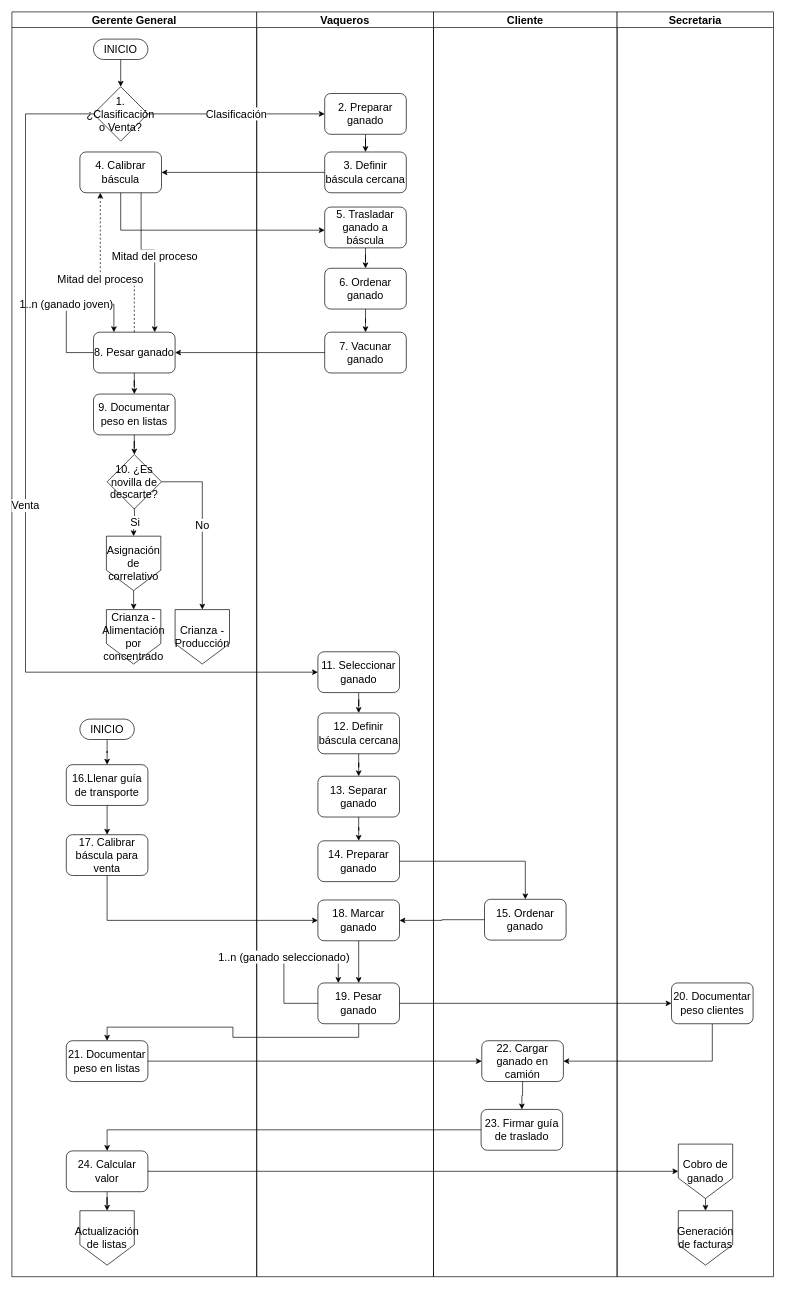
The draw.io diagram page "PR-FN-00013 - Peso de ganado" (3 of 5) of FSJB.drawio in prtigofn/Dev2.0, before the edit. Source tidied: cells renumbered, new cells numbered last; positions are measured from the earlier drawing's top-left corner, leaving out a move shared by most shapes. Both pictures are drawn from the tidied source at 68%, with x=0, y=0 at pixel (12, 12).
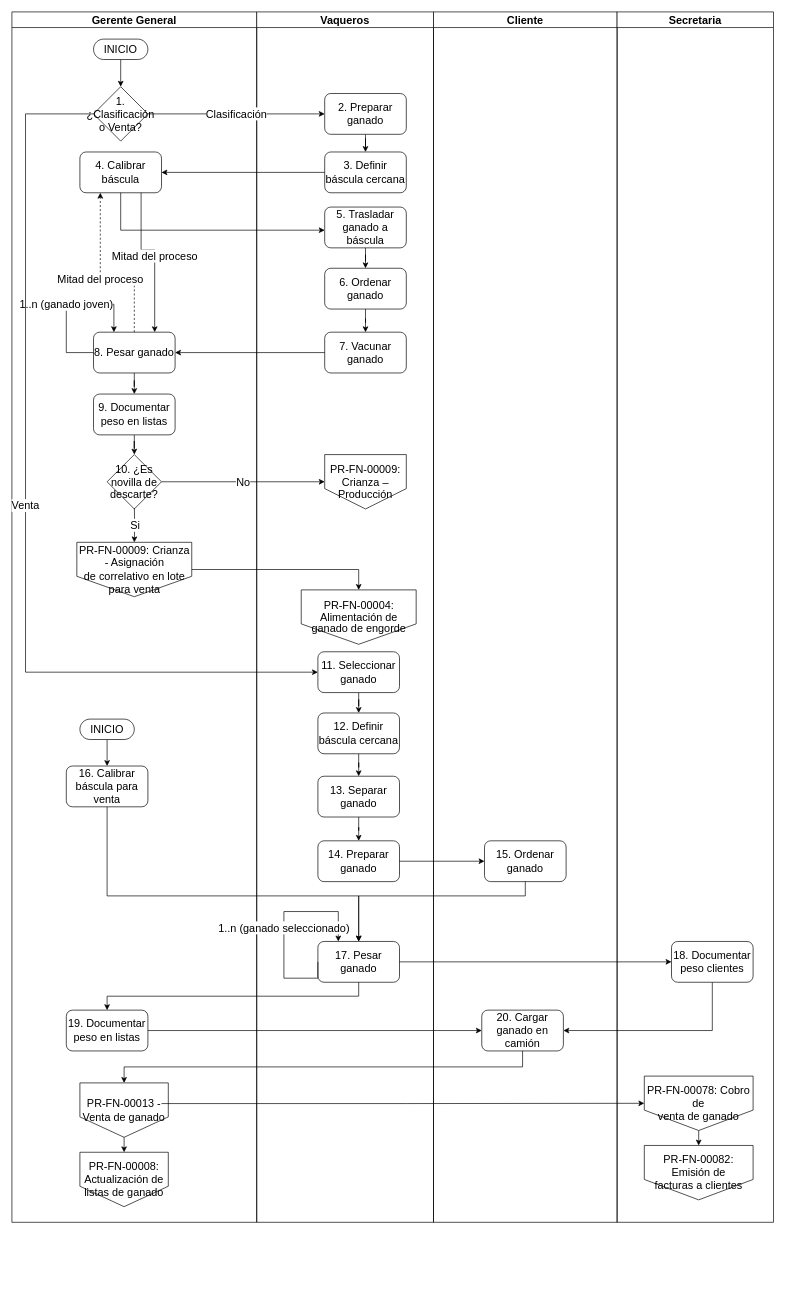
Above is the later version.

Unchanged cells that the change refers to:
```xml
<mxCell id="11" value="10. ¿Es novilla de descarte?" style="rhombus;whiteSpace=wrap;html=1;rounded=0;fontSize=16;" parent="2" vertex="1">
  <mxGeometry x="140" y="651" width="80" height="80" as="geometry" />
</mxCell>
<mxCell id="21" value="INICIO" style="html=1;dashed=0;whiteSpace=wrap;shape=mxgraph.dfd.start;fontSize=16;" parent="2" vertex="1">
  <mxGeometry x="100" y="1040" width="80" height="30" as="geometry" />
</mxCell>
```

Diff of the diagram source:
```diff
@@
     <mxCell id="2" value="Gerente General" style="swimlane;whiteSpace=wrap;html=1;fontSize=16;" parent="1" vertex="1">
-      <mxGeometry width="360" height="1860" as="geometry" />
+      <mxGeometry width="360" height="1780" as="geometry" />
     </mxCell>
@@
-    <mxCell id="6" style="edgeStyle=orthogonalEdgeStyle;rounded=0;jettySize=auto;html=1;entryX=0.5;entryY=0;entryDx=0;entryDy=0;exitX=0.5;exitY=1;exitDx=0;exitDy=0;fontSize=16;" parent="2" edge="1" source="18" target="7">
-      <mxGeometry relative="1" as="geometry" />
-    </mxCell>
-    <mxCell id="7" value="Crianza - Alimentación por concentrado" style="shape=offPageConnector;whiteSpace=wrap;html=1;fontSize=16;" parent="2" vertex="1">
-      <mxGeometry x="139" y="879" width="80" height="80" as="geometry" />
-    </mxCell>
@@
-    <mxCell id="10" value="No" style="edgeStyle=orthogonalEdgeStyle;rounded=0;jettySize=auto;html=1;exitX=1;exitY=0.5;exitDx=0;exitDy=0;fontSize=16;" parent="2" edge="1" source="11" target="12">
-      <mxGeometry relative="1" as="geometry" />
-    </mxCell>
@@
-    <mxCell id="12" value="Crianza - Producción" style="shape=offPageConnector;whiteSpace=wrap;html=1;fontSize=16;" parent="2" vertex="1">
-      <mxGeometry x="240" y="879" width="80" height="80" as="geometry" />
-    </mxCell>
@@
-    <mxCell id="14" value="16.Llenar guía de transporte" style="rounded=1;whiteSpace=wrap;html=1;fontSize=16;" parent="2" vertex="1">
-      <mxGeometry x="80" y="1107" width="120" height="60" as="geometry" />
-    </mxCell>
-    <mxCell id="15" value="17. Calibrar báscula para venta" style="rounded=1;whiteSpace=wrap;html=1;fontSize=16;" parent="2" vertex="1">
-      <mxGeometry x="80" y="1210" width="120" height="60" as="geometry" />
+    <mxCell id="15" value="16. Calibrar báscula para venta" style="rounded=1;whiteSpace=wrap;html=1;fontSize=16;" parent="2" vertex="1">
+      <mxGeometry x="80" y="1109" width="120" height="60" as="geometry" />
     </mxCell>
-    <mxCell id="16" style="edgeStyle=orthogonalEdgeStyle;rounded=0;jettySize=auto;html=1;fontSize=16;" parent="2" edge="1" source="14" target="15">
-      <mxGeometry relative="1" as="geometry" />
-    </mxCell>
-    <mxCell id="17" value="Actualización de listas" style="shape=offPageConnector;whiteSpace=wrap;html=1;fontSize=16;" parent="2" vertex="1">
-      <mxGeometry x="100" y="1763" width="80" height="80" as="geometry" />
+    <mxCell id="17" value="&lt;span style=&quot;font-size: 16px;&quot; lang=&quot;ES-TRAD&quot;&gt;PR-FN-00008:&lt;br style=&quot;font-size: 16px;&quot;&gt;Actualización de listas de ganado&lt;/span&gt;" style="shape=offPageConnector;whiteSpace=wrap;html=1;fontSize=16;" parent="2" vertex="1">
+      <mxGeometry x="100" y="1677" width="130" height="80" as="geometry" />
     </mxCell>
-    <mxCell id="18" value="Asignación de correlativo" style="shape=offPageConnector;whiteSpace=wrap;html=1;fontSize=16;" parent="2" vertex="1">
-      <mxGeometry x="139" y="771" width="80" height="80" as="geometry" />
+    <mxCell id="18" value="&lt;span style=&quot;font-size: 16px;&quot; lang=&quot;ES-TRAD&quot;&gt;PR-FN-00009: Crianza - Asignación&lt;br style=&quot;font-size: 16px;&quot;&gt;de correlativo en lote para venta&lt;/span&gt;" style="shape=offPageConnector;whiteSpace=wrap;html=1;fontSize=16;" parent="2" vertex="1">
+      <mxGeometry x="95.5" y="780" width="169" height="80" as="geometry" />
     </mxCell>
-    <mxCell id="19" value="21. Documentar peso en listas" style="rounded=1;whiteSpace=wrap;html=1;fontSize=16;" parent="2" vertex="1">
-      <mxGeometry x="80" y="1513" width="120" height="60" as="geometry" />
+    <mxCell id="19" value="19. Documentar peso en listas" style="rounded=1;whiteSpace=wrap;html=1;fontSize=16;" parent="2" vertex="1">
+      <mxGeometry x="80" y="1468" width="120" height="60" as="geometry" />
     </mxCell>
-    <mxCell id="20" style="edgeStyle=orthogonalEdgeStyle;rounded=0;jettySize=auto;html=1;exitX=0.5;exitY=0.5;exitDx=0;exitDy=15;exitPerimeter=0;fontSize=16;" parent="2" edge="1" source="21" target="14">
+    <mxCell id="20" style="edgeStyle=orthogonalEdgeStyle;rounded=0;jettySize=auto;html=1;exitX=0.5;exitY=0.5;exitDx=0;exitDy=15;exitPerimeter=0;fontSize=16;entryX=0.5;entryY=0;entryDx=0;entryDy=0;" parent="2" edge="1" source="21" target="15">
       <mxGeometry relative="1" as="geometry" />
     </mxCell>
@@
+    <mxCell id="74" value="PR-FN-00013 - Venta de ganado" style="shape=offPageConnector;whiteSpace=wrap;html=1;fontSize=16;" parent="2" vertex="1">
+      <mxGeometry x="100" y="1575" width="130" height="80" as="geometry" />
+    </mxCell>
+    <mxCell id="69" style="edgeStyle=orthogonalEdgeStyle;rounded=0;jettySize=auto;html=1;entryX=0.5;entryY=0;entryDx=0;entryDy=0;fontSize=16;exitX=0.5;exitY=1;exitDx=0;exitDy=0;" parent="2" edge="1" source="74" target="17">
+      <mxGeometry relative="1" as="geometry" />
+    </mxCell>
     <mxCell id="22" value="Vaqueros" style="swimlane;whiteSpace=wrap;html=1;fontSize=16;" parent="1" vertex="1">
-      <mxGeometry x="360" width="260" height="1860" as="geometry" />
+      <mxGeometry x="360" width="260" height="1780" as="geometry" />
     </mxCell>
@@
-    <mxCell id="44" value="18. Marcar ganado" style="rounded=1;whiteSpace=wrap;html=1;fontSize=16;" parent="22" vertex="1">
-      <mxGeometry x="90" y="1306" width="120" height="60" as="geometry" />
-    </mxCell>
@@
+    <mxCell id="12" value="&lt;span style=&quot;font-size: 16px;&quot; lang=&quot;ES-TRAD&quot;&gt;PR-FN-00009: Crianza –&lt;br style=&quot;font-size: 16px;&quot;&gt;Producción&lt;/span&gt;" style="shape=offPageConnector;whiteSpace=wrap;html=1;fontSize=16;" parent="22" vertex="1">
+      <mxGeometry x="100" y="651" width="120" height="80" as="geometry" />
+    </mxCell>
+    <mxCell id="7" value="&lt;p style=&quot;line-height: 107%; font-size: 16px;&quot; class=&quot;MsoNormal&quot;&gt;&lt;span style=&quot;font-size: 16px; line-height: 107%; font-family: Arial, sans-serif;&quot; lang=&quot;ES-TRAD&quot;&gt;PR-FN-00004: Alimentación de ganado de engorde&lt;/span&gt;&lt;/p&gt;" style="shape=offPageConnector;whiteSpace=wrap;html=1;fontSize=16;" parent="22" vertex="1">
+      <mxGeometry x="65.5" y="850" width="169" height="80" as="geometry" />
+    </mxCell>
     <mxCell id="47" value="Cliente" style="swimlane;whiteSpace=wrap;html=1;fontSize=16;" parent="1" vertex="1">
-      <mxGeometry x="620" width="270" height="1860" as="geometry" />
+      <mxGeometry x="620" width="270" height="1780" as="geometry" />
     </mxCell>
     <mxCell id="48" value="15. Ordenar ganado" style="rounded=1;whiteSpace=wrap;html=1;fontSize=16;" parent="47" vertex="1">
-      <mxGeometry x="75" y="1305" width="120" height="60" as="geometry" />
+      <mxGeometry x="75" y="1219" width="120" height="60" as="geometry" />
     </mxCell>
-    <mxCell id="49" value="24. Calcular valor" style="rounded=1;whiteSpace=wrap;html=1;fontSize=16;" parent="47" vertex="1">
-      <mxGeometry x="-540" y="1675" width="120" height="60" as="geometry" />
-    </mxCell>
-    <mxCell id="50" value="23. Firmar guía de traslado" style="rounded=1;whiteSpace=wrap;html=1;fontSize=16;" parent="47" vertex="1">
-      <mxGeometry x="70" y="1614" width="120" height="60" as="geometry" />
-    </mxCell>
-    <mxCell id="51" style="edgeStyle=orthogonalEdgeStyle;rounded=0;jettySize=auto;html=1;fontSize=16;" parent="47" edge="1" source="50" target="49">
-      <mxGeometry relative="1" as="geometry" />
-    </mxCell>
     <mxCell id="52" value="Secretaria" style="swimlane;whiteSpace=wrap;html=1;fontSize=16;" parent="1" vertex="1">
-      <mxGeometry x="890" width="230" height="1860" as="geometry" />
+      <mxGeometry x="890" width="230" height="1780" as="geometry" />
     </mxCell>
@@
-    <mxCell id="54" value="19. Pesar ganado" style="rounded=1;whiteSpace=wrap;html=1;fontSize=16;" parent="52" vertex="1">
-      <mxGeometry x="-440" y="1428" width="120" height="60" as="geometry" />
+    <mxCell id="54" value="17. Pesar ganado" style="rounded=1;whiteSpace=wrap;html=1;fontSize=16;" parent="52" vertex="1">
+      <mxGeometry x="-440" y="1367" width="120" height="60" as="geometry" />
     </mxCell>
-    <mxCell id="55" value="20. Documentar peso clientes" style="rounded=1;whiteSpace=wrap;html=1;fontSize=16;" parent="52" vertex="1">
-      <mxGeometry x="80" y="1428" width="120" height="60" as="geometry" />
+    <mxCell id="55" value="18. Documentar peso clientes" style="rounded=1;whiteSpace=wrap;html=1;fontSize=16;" parent="52" vertex="1">
+      <mxGeometry x="80" y="1367" width="120" height="60" as="geometry" />
     </mxCell>
@@
-    <mxCell id="57" value="22. Cargar ganado en camión" style="rounded=1;whiteSpace=wrap;html=1;fontSize=16;" parent="52" vertex="1">
-      <mxGeometry x="-199" y="1513" width="120" height="60" as="geometry" />
+    <mxCell id="57" value="20. Cargar ganado en camión" style="rounded=1;whiteSpace=wrap;html=1;fontSize=16;" parent="52" vertex="1">
+      <mxGeometry x="-199" y="1468" width="120" height="60" as="geometry" />
     </mxCell>
-    <mxCell id="58" value="Generación de facturas" style="shape=offPageConnector;whiteSpace=wrap;html=1;fontSize=16;" parent="52" vertex="1">
-      <mxGeometry x="90" y="1763" width="80" height="80" as="geometry" />
+    <mxCell id="58" value="&lt;span style=&quot;font-size: 16px;&quot; lang=&quot;ES-TRAD&quot;&gt;PR-FN-00082: Emisión de&lt;br style=&quot;font-size: 16px;&quot;&gt;facturas a clientes&lt;/span&gt;" style="shape=offPageConnector;whiteSpace=wrap;html=1;fontSize=16;" parent="52" vertex="1">
+      <mxGeometry x="40" y="1667" width="160" height="80" as="geometry" />
     </mxCell>
@@
-    <mxCell id="60" value="Cobro de ganado" style="shape=offPageConnector;whiteSpace=wrap;html=1;fontSize=16;" parent="52" vertex="1">
-      <mxGeometry x="90" y="1665" width="80" height="80" as="geometry" />
+    <mxCell id="60" value="&lt;span style=&quot;font-size: 16px;&quot; lang=&quot;ES-TRAD&quot;&gt;PR-FN-00078: Cobro de&lt;br style=&quot;font-size: 16px;&quot;&gt;venta de ganado&lt;/span&gt;" style="shape=offPageConnector;whiteSpace=wrap;html=1;fontSize=16;" parent="52" vertex="1">
+      <mxGeometry x="40" y="1565" width="160" height="80" as="geometry" />
     </mxCell>
     <mxCell id="61" value="1..n (ganado seleccionado)" style="edgeStyle=orthogonalEdgeStyle;rounded=0;orthogonalLoop=1;jettySize=auto;html=1;exitX=0;exitY=0.5;exitDx=0;exitDy=0;entryX=0.25;entryY=0;entryDx=0;entryDy=0;fontSize=16;" parent="52" edge="1" source="54" target="54">
       <mxGeometry relative="1" as="geometry">
         <Array as="points">
-          <mxPoint x="-490" y="1458" />
-          <mxPoint x="-490" y="1390" />
-          <mxPoint x="-410" y="1390" />
+          <mxPoint x="-440" y="1421" />
+          <mxPoint x="-490" y="1421" />
+          <mxPoint x="-490" y="1323" />
+          <mxPoint x="-410" y="1323" />
         </Array>
       </mxGeometry>
     </mxCell>
@@
-    <mxCell id="65" style="edgeStyle=orthogonalEdgeStyle;rounded=0;jettySize=auto;html=1;exitX=0;exitY=0.5;exitDx=0;exitDy=0;entryX=1;entryY=0.5;entryDx=0;entryDy=0;fontSize=16;" parent="1" edge="1" source="48" target="44">
-      <mxGeometry relative="1" as="geometry" />
+    <mxCell id="65" style="edgeStyle=orthogonalEdgeStyle;rounded=0;jettySize=auto;html=1;exitX=0.5;exitY=1;exitDx=0;exitDy=0;fontSize=16;entryX=0.5;entryY=0;entryDx=0;entryDy=0;" parent="1" edge="1" source="48" target="54">
+      <mxGeometry relative="1" as="geometry">
+        <Array as="points">
+          <mxPoint x="755" y="1300" />
+          <mxPoint x="510" y="1300" />
+        </Array>
+      </mxGeometry>
     </mxCell>
-    <mxCell id="66" style="edgeStyle=orthogonalEdgeStyle;rounded=0;jettySize=auto;html=1;exitX=0.5;exitY=1;exitDx=0;exitDy=0;entryX=0;entryY=0.5;entryDx=0;entryDy=0;fontSize=16;" parent="1" edge="1" source="15" target="44">
+    <mxCell id="66" style="edgeStyle=orthogonalEdgeStyle;rounded=0;jettySize=auto;html=1;exitX=0.5;exitY=1;exitDx=0;exitDy=0;entryX=0.5;entryY=0;entryDx=0;entryDy=0;fontSize=16;" parent="1" edge="1" source="15" target="54">
       <mxGeometry relative="1" as="geometry">
         <Array as="points">
-          <mxPoint x="140" y="1336" />
+          <mxPoint x="140" y="1300" />
+          <mxPoint x="510" y="1300" />
         </Array>
       </mxGeometry>
     </mxCell>
-    <mxCell id="67" style="edgeStyle=orthogonalEdgeStyle;rounded=0;jettySize=auto;html=1;fontSize=16;" parent="1" edge="1" source="44" target="54">
-      <mxGeometry relative="1" as="geometry" />
-    </mxCell>
-    <mxCell id="68" style="edgeStyle=orthogonalEdgeStyle;rounded=0;jettySize=auto;html=1;entryX=0;entryY=0.5;entryDx=0;entryDy=0;fontSize=16;" parent="1" edge="1" source="49" target="60">
+    <mxCell id="68" style="edgeStyle=orthogonalEdgeStyle;rounded=0;jettySize=auto;html=1;entryX=0;entryY=0.5;entryDx=0;entryDy=0;fontSize=16;exitX=0.923;exitY=0.38;exitDx=0;exitDy=0;exitPerimeter=0;" parent="1" edge="1" source="74" target="60">
       <mxGeometry relative="1" as="geometry" />
     </mxCell>
-    <mxCell id="69" style="edgeStyle=orthogonalEdgeStyle;rounded=0;jettySize=auto;html=1;entryX=0.5;entryY=0;entryDx=0;entryDy=0;fontSize=16;" parent="1" edge="1" source="49" target="17">
-      <mxGeometry relative="1" as="geometry" />
-    </mxCell>
-    <mxCell id="70" style="edgeStyle=orthogonalEdgeStyle;rounded=0;jettySize=auto;html=1;exitX=0.5;exitY=1;exitDx=0;exitDy=0;fontSize=16;" parent="1" edge="1" source="57" target="50">
+    <mxCell id="70" style="edgeStyle=orthogonalEdgeStyle;rounded=0;jettySize=auto;html=1;exitX=0.5;exitY=1;exitDx=0;exitDy=0;fontSize=16;entryX=0.5;entryY=0;entryDx=0;entryDy=0;" parent="1" edge="1" source="57" target="74">
       <mxGeometry relative="1" as="geometry" />
     </mxCell>
@@
+    <mxCell id="10" value="No" style="edgeStyle=orthogonalEdgeStyle;rounded=0;jettySize=auto;html=1;exitX=1;exitY=0.5;exitDx=0;exitDy=0;fontSize=16;" parent="1" edge="1" source="11" target="12">
+      <mxGeometry relative="1" as="geometry" />
+    </mxCell>
+    <mxCell id="6" style="edgeStyle=orthogonalEdgeStyle;rounded=0;jettySize=auto;html=1;entryX=0.5;entryY=0;entryDx=0;entryDy=0;exitX=1;exitY=0.5;exitDx=0;exitDy=0;fontSize=16;" parent="1" edge="1" source="18" target="7">
+      <mxGeometry relative="1" as="geometry" />
+    </mxCell>
```
